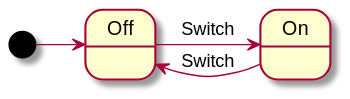
Earlier version of the PlantUML export docs/languages/lightbulb.svg (emmby/statesmith-simplified).
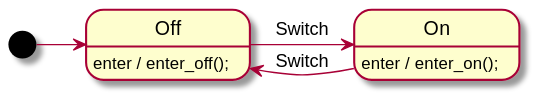
Above is the later version.

Commit message:
Generate SVG files for PlantUML diagrams

What changed in the source:
```diff
@@ -2,4 +2,7 @@
 [*] -> Off
 Off -> On : Switch
 On -> Off : Switch
+
+Off: enter / enter_off();
+On: enter / enter_on();
 @enduml
```
